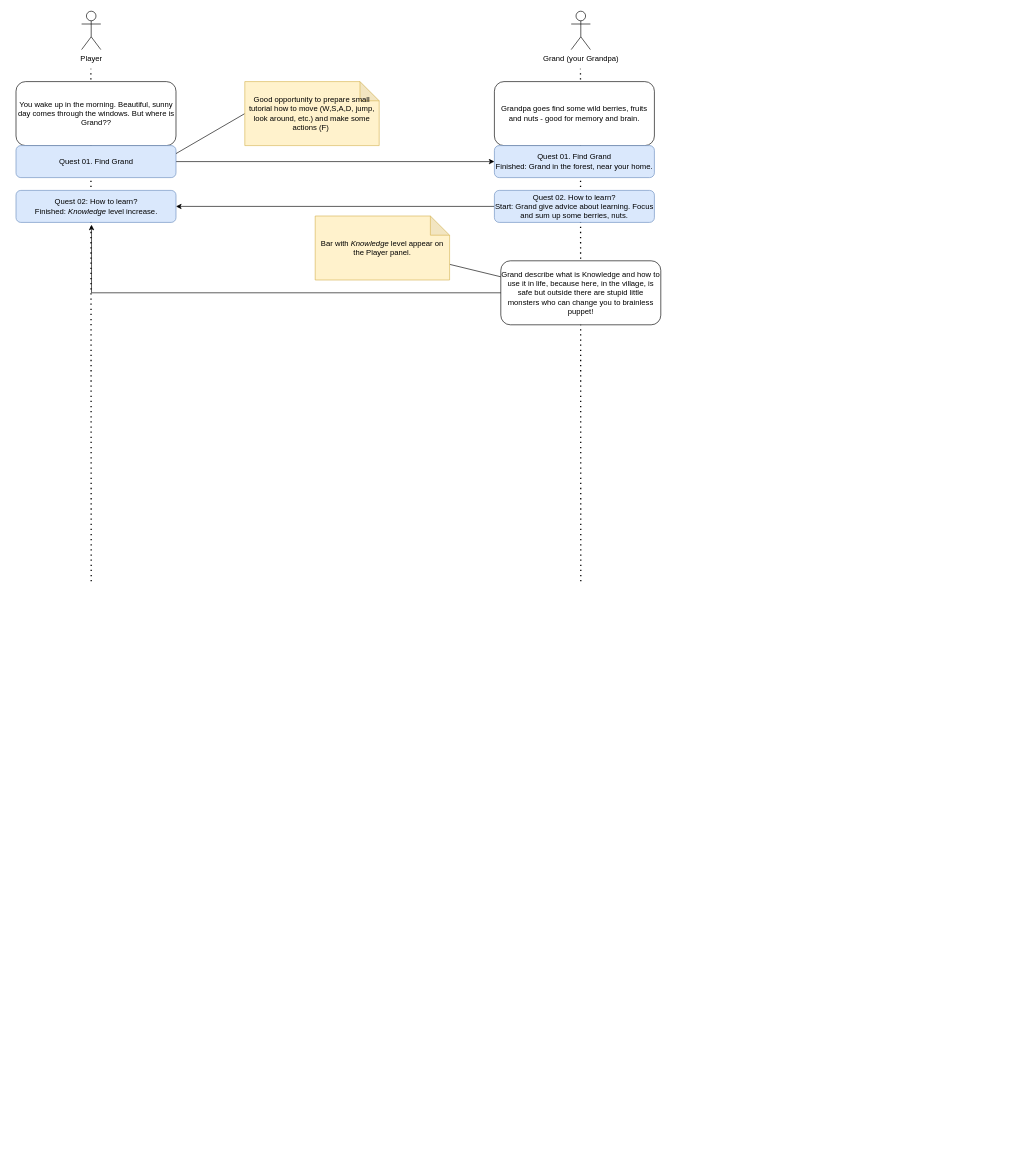
Dexmo-7/ProjectM01 keeps this draw.io diagram as quests_aeg.drawio. Above is the earlier version. Source tidied: cells renumbered, new cells numbered last; positions are measured from the earlier drawing's top-left corner, leaving out a move shared by most shapes. Both pictures are drawn from the tidied source at 64%, with x=0, y=0 at pixel (15, 11).
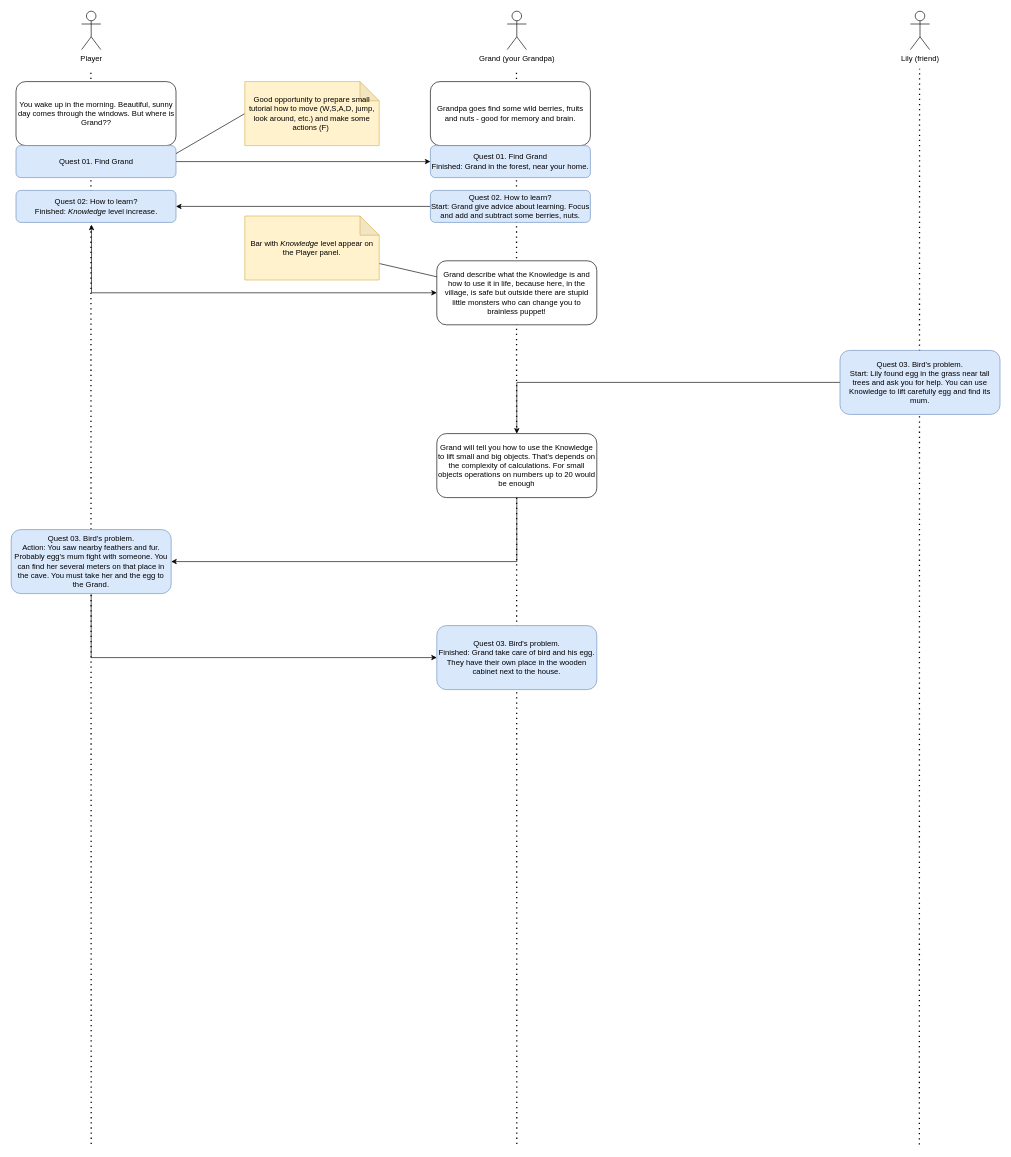
The same diagram, later.

Commit message:
Add Quest_03 'Bird's problem' to the diagram.

The change refers to these unchanged cells:
```xml
<mxCell id="15" value="Quest 02: How to learn?&lt;br&gt;Finished: &lt;i&gt;Knowledge&lt;/i&gt;&amp;nbsp;level increase." style="rounded=1;whiteSpace=wrap;html=1;fillColor=#dae8fc;strokeColor=#6c8ebf;" parent="1" vertex="1">
  <mxGeometry x="0.5" y="280" width="250" height="50" as="geometry" />
</mxCell>
```

Change to the diagram source:
```diff
@@
     <mxCell id="2" style="endArrow=none;dashed=1;html=1;dashPattern=1 3;strokeWidth=2;rounded=0;" parent="1" edge="1">
       <mxGeometry relative="1" as="geometry">
-        <mxPoint x="883" y="890.8" as="sourcePoint" />
-        <mxPoint x="882.5" y="90" as="targetPoint" />
+        <mxPoint x="783" y="1770" as="sourcePoint" />
+        <mxPoint x="782.5" y="90" as="targetPoint" />
       </mxGeometry>
     </mxCell>
     <mxCell id="3" style="endArrow=none;dashed=1;html=1;dashPattern=1 3;strokeWidth=2;rounded=0;" parent="1" edge="1">
       <mxGeometry relative="1" as="geometry">
-        <mxPoint x="118" y="890.8" as="sourcePoint" />
+        <mxPoint x="118" y="1770" as="sourcePoint" />
         <mxPoint x="117.5" y="90" as="targetPoint" />
       </mxGeometry>
     </mxCell>
@@
     <mxCell id="8" value="Grand (your Grandpa)" style="shape=umlActor;verticalLabelPosition=bottom;verticalAlign=top;html=1;" parent="1" vertex="1">
-      <mxGeometry x="868" width="30" height="60" as="geometry" />
+      <mxGeometry x="768" width="30" height="60" as="geometry" />
     </mxCell>
     <mxCell id="9" value="Grandpa goes find some wild berries, fruits and nuts - good for memory and brain." style="rounded=1;whiteSpace=wrap;html=1;" parent="1" vertex="1">
-      <mxGeometry x="748" y="110" width="250" height="100" as="geometry" />
+      <mxGeometry x="648" y="110" width="250" height="100" as="geometry" />
     </mxCell>
     <mxCell id="10" value="Quest 01. Find Grand&lt;br&gt;Finished: Grand in the forest, near your home." style="rounded=1;whiteSpace=wrap;html=1;fillColor=#dae8fc;strokeColor=#6c8ebf;" parent="1" vertex="1">
-      <mxGeometry x="748" y="210" width="250" height="50" as="geometry" />
+      <mxGeometry x="648" y="210" width="250" height="50" as="geometry" />
     </mxCell>
@@
-    <mxCell id="14" value="Quest 02. How to learn?&lt;br&gt;Start: Grand give advice about learning. Focus and sum up some berries, nuts." style="rounded=1;whiteSpace=wrap;html=1;fillColor=#dae8fc;strokeColor=#6c8ebf;" parent="1" vertex="1">
-      <mxGeometry x="748" y="280" width="250" height="50" as="geometry" />
+    <mxCell id="14" value="Quest 02. How to learn?&lt;br&gt;Start: Grand give advice about learning. Focus and add and subtract some berries, nuts." style="rounded=1;whiteSpace=wrap;html=1;fillColor=#dae8fc;strokeColor=#6c8ebf;" parent="1" vertex="1">
+      <mxGeometry x="648" y="280" width="250" height="50" as="geometry" />
     </mxCell>
@@
-    <mxCell id="16" value="Grand describe what is Knowledge and how to use it in life, because here, in the village, is safe but outside there are stupid little monsters who can change you to brainless puppet!" style="rounded=1;whiteSpace=wrap;html=1;" parent="1" vertex="1">
-      <mxGeometry x="758" y="390" width="250" height="100" as="geometry" />
+    <mxCell id="16" value="Grand describe what the Knowledge is and how to use it in life, because here, in the village, is safe but outside there are stupid little monsters who can change you to brainless puppet!" style="rounded=1;whiteSpace=wrap;html=1;" parent="1" vertex="1">
+      <mxGeometry x="658" y="390" width="250" height="100" as="geometry" />
     </mxCell>
-    <mxCell id="17" style="edgeStyle=orthogonalEdgeStyle;rounded=0;jettySize=auto;html=1;entryX=0.472;entryY=1.072;entryDx=0;entryDy=0;entryPerimeter=0;" parent="1" edge="1" source="16" target="15">
+    <mxCell id="17" style="edgeStyle=orthogonalEdgeStyle;rounded=0;jettySize=auto;html=1;entryX=0.472;entryY=1.072;entryDx=0;entryDy=0;entryPerimeter=0;startArrow=classic;startFill=1;" parent="1" edge="1" source="16" target="15">
       <mxGeometry relative="1" as="geometry" />
     </mxCell>
@@
     <mxCell id="19" value="Bar with &lt;i&gt;Knowledge&lt;/i&gt;&amp;nbsp;level appear on the Player panel." style="shape=note;whiteSpace=wrap;html=1;backgroundOutline=1;darkOpacity=0.05;fillColor=#fff2cc;strokeColor=#d6b656;" parent="1" vertex="1">
-      <mxGeometry x="468" y="320" width="210" height="100" as="geometry" />
+      <mxGeometry x="358" y="320" width="210" height="100" as="geometry" />
     </mxCell>
+    <mxCell id="20" value="Lily (friend)" style="shape=umlActor;verticalLabelPosition=bottom;verticalAlign=top;html=1;" parent="1" vertex="1">
+      <mxGeometry x="1398" width="30" height="60" as="geometry" />
+    </mxCell>
+    <mxCell id="21" style="endArrow=none;dashed=1;html=1;dashPattern=1 3;strokeWidth=2;rounded=0;" parent="1" edge="1">
+      <mxGeometry relative="1" as="geometry">
+        <mxPoint x="1412" y="1770.9" as="sourcePoint" />
+        <mxPoint x="1412.3" y="90" as="targetPoint" />
+      </mxGeometry>
+    </mxCell>
+    <mxCell id="22" style="edgeStyle=orthogonalEdgeStyle;rounded=0;jettySize=auto;html=1;" parent="1" edge="1" source="23" target="25">
+      <mxGeometry relative="1" as="geometry" />
+    </mxCell>
+    <mxCell id="23" value="Quest 03. Bird's problem.&lt;br&gt;Start: Lily found egg in the grass near tall trees and ask you for help. You can use Knowledge to lift carefully egg and find its mum." style="rounded=1;whiteSpace=wrap;html=1;fillColor=#dae8fc;strokeColor=#6c8ebf;" parent="1" vertex="1">
+      <mxGeometry x="1288" y="530" width="250" height="100" as="geometry" />
+    </mxCell>
+    <mxCell id="24" style="edgeStyle=orthogonalEdgeStyle;rounded=0;jettySize=auto;html=1;entryX=1;entryY=0.5;entryDx=0;entryDy=0;" parent="1" edge="1" source="25" target="27">
+      <mxGeometry relative="1" as="geometry">
+        <Array as="points">
+          <mxPoint x="783" y="860" />
+        </Array>
+      </mxGeometry>
+    </mxCell>
+    <mxCell id="25" value="Grand will tell you how to use the Knowledge to lift small and big objects. That's depends on the complexity of calculations. For small objects operations on numbers up to 20 would be enough" style="rounded=1;whiteSpace=wrap;html=1;" parent="1" vertex="1">
+      <mxGeometry x="658" y="660" width="250" height="100" as="geometry" />
+    </mxCell>
+    <mxCell id="26" style="edgeStyle=orthogonalEdgeStyle;rounded=0;jettySize=auto;html=1;entryX=0;entryY=0.5;entryDx=0;entryDy=0;" parent="1" edge="1" source="27" target="28">
+      <mxGeometry relative="1" as="geometry">
+        <Array as="points">
+          <mxPoint x="118" y="1010" />
+        </Array>
+      </mxGeometry>
+    </mxCell>
+    <mxCell id="27" value="Quest 03. Bird's problem.&lt;br&gt;Action: You saw nearby feathers and fur. Probably egg's mum fight with someone. You can find her several meters on that place in the cave. You must take her and the egg to the Grand." style="rounded=1;whiteSpace=wrap;html=1;fillColor=#dae8fc;strokeColor=#6c8ebf;" parent="1" vertex="1">
+      <mxGeometry x="-7" y="810" width="250" height="100" as="geometry" />
+    </mxCell>
+    <mxCell id="28" value="Quest 03. Bird's problem.&lt;br&gt;Finished: Grand take care of bird and his egg. They have their own place in the wooden cabinet next to the house." style="rounded=1;whiteSpace=wrap;html=1;fillColor=#dae8fc;strokeColor=#6c8ebf;" parent="1" vertex="1">
+      <mxGeometry x="658" y="960" width="250" height="100" as="geometry" />
+    </mxCell>
```
